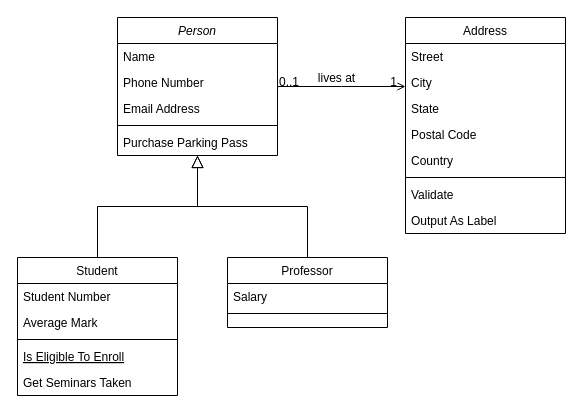
cquantica/senai-cadastro-de-evento keeps this draw.io diagram as Untitled Diagram.drawio. Above is the earlier version. Source tidied: cells renumbered, new cells numbered last; positions are measured from the earlier drawing's top-left corner, leaving out a move shared by most shapes. Both pictures are drawn from the tidied source at 100%, with x=0, y=0 at pixel (17, 17).
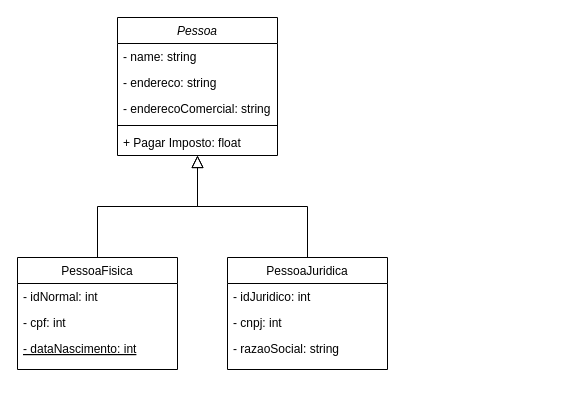
The same diagram, later.

Diff of the diagram source:
```diff
@@
-    <mxCell id="2" value="Person" style="swimlane;fontStyle=2;align=center;verticalAlign=top;horizontal=1;startSize=26;rounded=0;shadow=0;strokeWidth=1;" parent="1" vertex="1">
+    <mxCell id="2" value="Pessoa" style="swimlane;fontStyle=2;align=center;verticalAlign=top;horizontal=1;startSize=26;rounded=0;shadow=0;strokeWidth=1;" parent="1" vertex="1">
       <mxGeometry x="100" width="160" height="138" as="geometry" />
     </mxCell>
-    <mxCell id="3" value="Name" style="text;align=left;verticalAlign=top;spacingLeft=4;spacingRight=4;overflow=hidden;" parent="2" vertex="1">
+    <mxCell id="3" value="- name: string" style="text;align=left;verticalAlign=top;spacingLeft=4;spacingRight=4;overflow=hidden;" parent="2" vertex="1">
       <mxGeometry y="26" width="160" height="26" as="geometry" />
     </mxCell>
-    <mxCell id="4" value="Phone Number" style="text;align=left;verticalAlign=top;spacingLeft=4;spacingRight=4;overflow=hidden;rounded=0;shadow=0;html=0;" parent="2" vertex="1">
+    <mxCell id="4" value="- endereco: string" style="text;align=left;verticalAlign=top;spacingLeft=4;spacingRight=4;overflow=hidden;rounded=0;shadow=0;html=0;" parent="2" vertex="1">
       <mxGeometry y="52" width="160" height="26" as="geometry" />
     </mxCell>
-    <mxCell id="5" value="Email Address" style="text;align=left;verticalAlign=top;spacingLeft=4;spacingRight=4;overflow=hidden;rounded=0;shadow=0;html=0;" parent="2" vertex="1">
+    <mxCell id="5" value="- enderecoComercial: string" style="text;align=left;verticalAlign=top;spacingLeft=4;spacingRight=4;overflow=hidden;rounded=0;shadow=0;html=0;" parent="2" vertex="1">
       <mxGeometry y="78" width="160" height="26" as="geometry" />
     </mxCell>
@@
-    <mxCell id="7" value="Purchase Parking Pass" style="text;align=left;verticalAlign=top;spacingLeft=4;spacingRight=4;overflow=hidden;" parent="2" vertex="1">
+    <mxCell id="7" value="+ Pagar Imposto: float" style="text;align=left;verticalAlign=top;spacingLeft=4;spacingRight=4;overflow=hidden;" parent="2" vertex="1">
       <mxGeometry y="112" width="160" height="26" as="geometry" />
     </mxCell>
-    <mxCell id="8" value="Student" style="swimlane;fontStyle=0;align=center;verticalAlign=top;horizontal=1;startSize=26;rounded=0;shadow=0;strokeWidth=1;" parent="1" vertex="1">
-      <mxGeometry y="240" width="160" height="138" as="geometry" />
+    <mxCell id="8" value="PessoaFisica" style="swimlane;fontStyle=0;align=center;verticalAlign=top;horizontal=1;startSize=26;rounded=0;shadow=0;strokeWidth=1;" parent="1" vertex="1">
+      <mxGeometry y="240" width="160" height="112" as="geometry" />
     </mxCell>
-    <mxCell id="9" value="Student Number" style="text;align=left;verticalAlign=top;spacingLeft=4;spacingRight=4;overflow=hidden;" parent="8" vertex="1">
+    <mxCell id="9" value="- idNormal: int" style="text;align=left;verticalAlign=top;spacingLeft=4;spacingRight=4;overflow=hidden;" parent="8" vertex="1">
       <mxGeometry y="26" width="160" height="26" as="geometry" />
     </mxCell>
-    <mxCell id="10" value="Average Mark" style="text;align=left;verticalAlign=top;spacingLeft=4;spacingRight=4;overflow=hidden;rounded=0;shadow=0;html=0;" parent="8" vertex="1">
+    <mxCell id="10" value="- cpf: int" style="text;align=left;verticalAlign=top;spacingLeft=4;spacingRight=4;overflow=hidden;rounded=0;shadow=0;html=0;" parent="8" vertex="1">
       <mxGeometry y="52" width="160" height="26" as="geometry" />
     </mxCell>
-    <mxCell id="11" style="line;html=1;strokeWidth=1;align=left;verticalAlign=middle;spacingTop=-1;spacingLeft=3;spacingRight=3;labelPosition=right;" parent="8" vertex="1">
-      <mxGeometry y="78" width="160" height="8" as="geometry" />
-    </mxCell>
-    <mxCell id="12" value="Is Eligible To Enroll" style="text;align=left;verticalAlign=top;spacingLeft=4;spacingRight=4;overflow=hidden;fontStyle=4;" parent="8" vertex="1">
-      <mxGeometry y="86" width="160" height="26" as="geometry" />
+    <mxCell id="12" value="- dataNascimento: int&#10;" style="text;align=left;verticalAlign=top;spacingLeft=4;spacingRight=4;overflow=hidden;fontStyle=4;" parent="8" vertex="1">
+      <mxGeometry y="78" width="160" height="26" as="geometry" />
     </mxCell>
-    <mxCell id="13" value="Get Seminars Taken" style="text;align=left;verticalAlign=top;spacingLeft=4;spacingRight=4;overflow=hidden;" parent="8" vertex="1">
-      <mxGeometry y="112" width="160" height="26" as="geometry" />
-    </mxCell>
@@
-    <mxCell id="15" value="Professor" style="swimlane;fontStyle=0;align=center;verticalAlign=top;horizontal=1;startSize=26;rounded=0;shadow=0;strokeWidth=1;" parent="1" vertex="1">
-      <mxGeometry x="210" y="240" width="160" height="70" as="geometry" />
+    <mxCell id="15" value="PessoaJuridica" style="swimlane;fontStyle=0;align=center;verticalAlign=top;horizontal=1;startSize=26;rounded=0;shadow=0;strokeWidth=1;" parent="1" vertex="1">
+      <mxGeometry x="210" y="240" width="160" height="112" as="geometry" />
     </mxCell>
-    <mxCell id="16" value="Salary" style="text;align=left;verticalAlign=top;spacingLeft=4;spacingRight=4;overflow=hidden;" parent="15" vertex="1">
+    <mxCell id="16" value="- idJuridico: int&#10;" style="text;align=left;verticalAlign=top;spacingLeft=4;spacingRight=4;overflow=hidden;" parent="15" vertex="1">
       <mxGeometry y="26" width="160" height="26" as="geometry" />
     </mxCell>
-    <mxCell id="17" style="line;html=1;strokeWidth=1;align=left;verticalAlign=middle;spacingTop=-1;spacingLeft=3;spacingRight=3;labelPosition=right;" parent="15" vertex="1">
-      <mxGeometry y="52" width="160" height="8" as="geometry" />
-    </mxCell>
+    <mxCell id="32" value="- cnpj: int" style="text;align=left;verticalAlign=top;spacingLeft=4;spacingRight=4;overflow=hidden;" parent="15" vertex="1">
+      <mxGeometry y="52" width="160" height="26" as="geometry" />
+    </mxCell>
+    <mxCell id="33" value="- razaoSocial: string&#10;" style="text;align=left;verticalAlign=top;spacingLeft=4;spacingRight=4;overflow=hidden;" parent="15" vertex="1">
+      <mxGeometry y="78" width="160" height="26" as="geometry" />
+    </mxCell>
@@
-    <mxCell id="19" value="Address" style="swimlane;fontStyle=0;align=center;verticalAlign=top;horizontal=1;startSize=26;rounded=0;shadow=0;strokeWidth=1;" parent="1" vertex="1">
-      <mxGeometry x="388" width="160" height="216" as="geometry" />
-    </mxCell>
-    <mxCell id="20" value="Street" style="text;align=left;verticalAlign=top;spacingLeft=4;spacingRight=4;overflow=hidden;" parent="19" vertex="1">
-      <mxGeometry y="26" width="160" height="26" as="geometry" />
-    </mxCell>
-    <mxCell id="21" value="City" style="text;align=left;verticalAlign=top;spacingLeft=4;spacingRight=4;overflow=hidden;rounded=0;shadow=0;html=0;" parent="19" vertex="1">
-      <mxGeometry y="52" width="160" height="26" as="geometry" />
-    </mxCell>
-    <mxCell id="22" value="State" style="text;align=left;verticalAlign=top;spacingLeft=4;spacingRight=4;overflow=hidden;rounded=0;shadow=0;html=0;" parent="19" vertex="1">
-      <mxGeometry y="78" width="160" height="26" as="geometry" />
-    </mxCell>
-    <mxCell id="23" value="Postal Code" style="text;align=left;verticalAlign=top;spacingLeft=4;spacingRight=4;overflow=hidden;rounded=0;shadow=0;html=0;" parent="19" vertex="1">
-      <mxGeometry y="104" width="160" height="26" as="geometry" />
-    </mxCell>
-    <mxCell id="24" value="Country" style="text;align=left;verticalAlign=top;spacingLeft=4;spacingRight=4;overflow=hidden;rounded=0;shadow=0;html=0;" parent="19" vertex="1">
-      <mxGeometry y="130" width="160" height="26" as="geometry" />
-    </mxCell>
-    <mxCell id="25" style="line;html=1;strokeWidth=1;align=left;verticalAlign=middle;spacingTop=-1;spacingLeft=3;spacingRight=3;labelPosition=right;" parent="19" vertex="1">
-      <mxGeometry y="156" width="160" height="8" as="geometry" />
-    </mxCell>
-    <mxCell id="26" value="Validate" style="text;align=left;verticalAlign=top;spacingLeft=4;spacingRight=4;overflow=hidden;" parent="19" vertex="1">
-      <mxGeometry y="164" width="160" height="26" as="geometry" />
-    </mxCell>
-    <mxCell id="27" value="Output As Label" style="text;align=left;verticalAlign=top;spacingLeft=4;spacingRight=4;overflow=hidden;" parent="19" vertex="1">
-      <mxGeometry y="190" width="160" height="26" as="geometry" />
-    </mxCell>
-    <mxCell id="28" style="endArrow=open;shadow=0;strokeWidth=1;rounded=0;endFill=1;edgeStyle=elbowEdgeStyle;elbow=vertical;" parent="1" edge="1" source="2" target="19">
-      <mxGeometry x="0.5" y="41" relative="1" as="geometry">
-        <mxPoint x="-40" y="32" as="offset" />
-      </mxGeometry>
-    </mxCell>
-    <mxCell id="29" value="0..1" style="align=left;verticalAlign=bottom;labelBackgroundColor=none;fontSize=12;" parent="28" vertex="1">
-      <mxGeometry x="-1" relative="1" as="geometry">
-        <mxPoint y="4" as="offset" />
-      </mxGeometry>
-    </mxCell>
-    <mxCell id="30" value="1" style="align=right;verticalAlign=bottom;labelBackgroundColor=none;fontSize=12;" parent="28" vertex="1">
-      <mxGeometry x="1" relative="1" as="geometry">
-        <mxPoint x="-7" y="4" as="offset" />
-      </mxGeometry>
-    </mxCell>
-    <mxCell id="31" value="lives at" style="text;html=1;align=center;verticalAlign=middle;labelBackgroundColor=none;rounded=0;shadow=0;strokeWidth=1;fontSize=12;" parent="28" vertex="1">
-      <mxGeometry x="0.5" y="49" relative="1" as="geometry">
-        <mxPoint x="-38" y="40" as="offset" />
-      </mxGeometry>
-    </mxCell>
```
